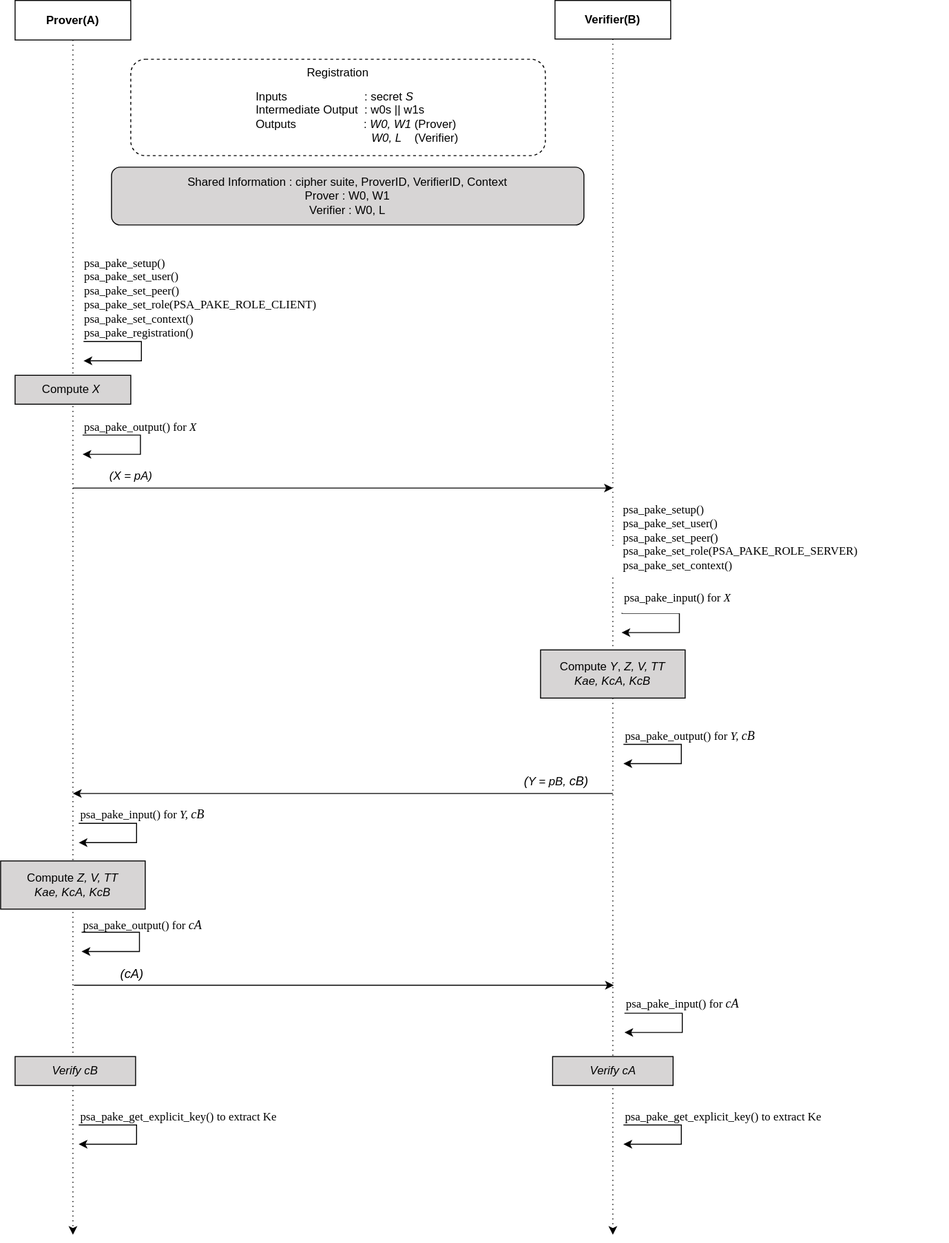
Before: doc/ext-pake/proposed/SPAKE2PLUS.svg, a diagram exported from draw.io (ARM-software/psa-api). Source tidied: cells renumbered, new cells last; positions are measured from the earlier drawing's top-left corner, leaving out a move shared by most shapes.
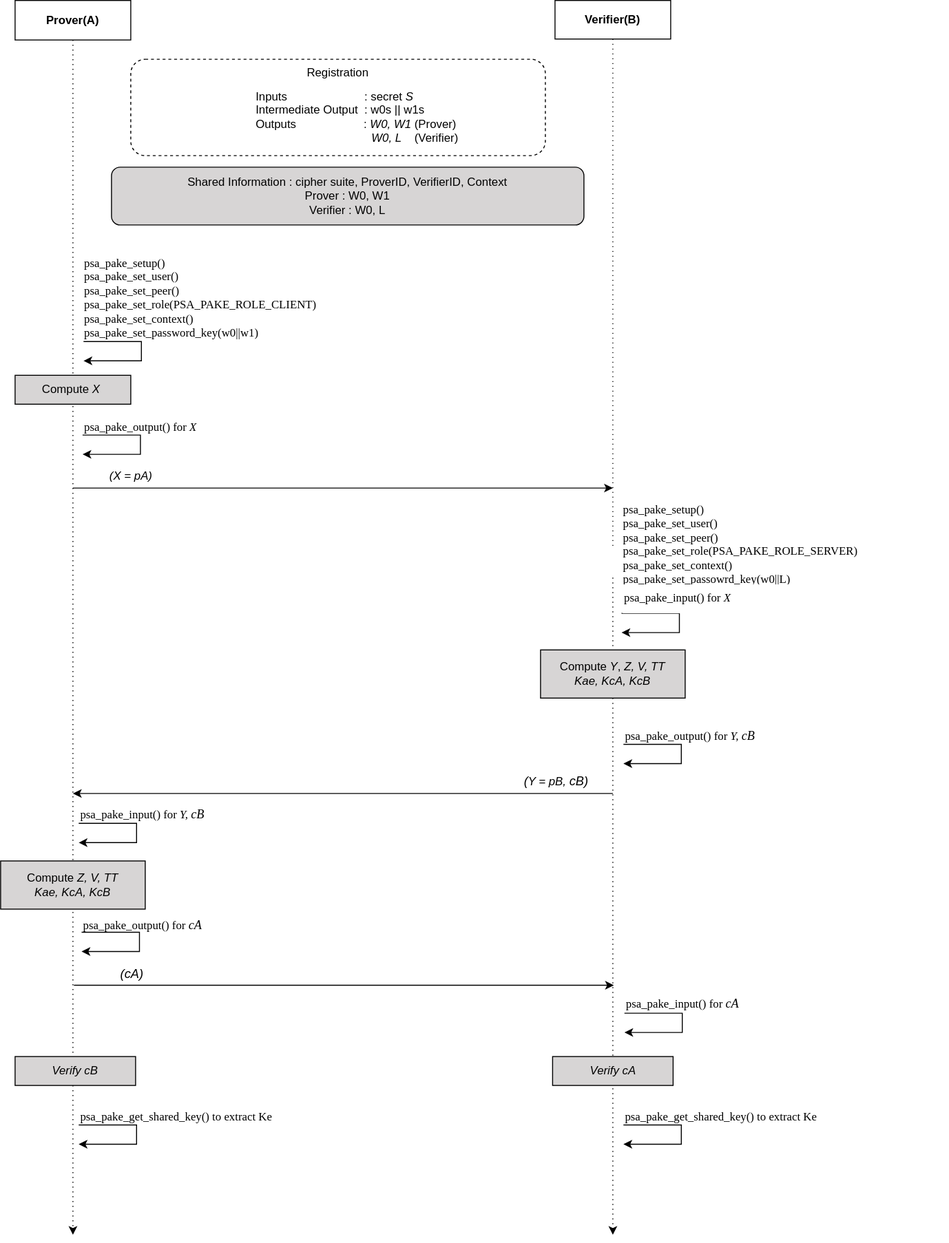
After the change.

Commit message:
Remove pake_registration and change get_explicit_key to get_shared_key

What changed in the source:
```diff
@@ -26,7 +26,7 @@
     <mxCell id="7" value="&lt;br&gt;&lt;div style=&quot;text-align: left;&quot;&gt;Inputs&amp;nbsp; &amp;nbsp; &amp;nbsp; &amp;nbsp; &amp;nbsp; &amp;nbsp; &amp;nbsp; &amp;nbsp; &amp;nbsp; &amp;nbsp; &amp;nbsp; &amp;nbsp; : secret &lt;i&gt;S&lt;/i&gt;&lt;/div&gt;&lt;div style=&quot;text-align: left;&quot;&gt;Intermediate&amp;nbsp;&lt;span style=&quot;background-color: initial;&quot;&gt;Output&amp;nbsp; : w0s || w1s&lt;/span&gt;&lt;/div&gt;&lt;span style=&quot;color: rgb(0, 0, 0); font-family: Helvetica; font-size: 12px; font-variant-ligatures: normal; font-variant-caps: normal; font-weight: 400; letter-spacing: normal; orphans: 2; text-indent: 0px; text-transform: none; widows: 2; word-spacing: 0px; -webkit-text-stroke-width: 0px; background-color: rgb(255, 255, 255); text-decoration-thickness: initial; text-decoration-style: initial; text-decoration-color: initial; float: none; display: inline !important;&quot;&gt;&lt;div style=&quot;text-align: left;&quot;&gt;Outputs&amp;nbsp; &amp;nbsp; &amp;nbsp; &amp;nbsp; &amp;nbsp; &amp;nbsp; &amp;nbsp; &amp;nbsp; &amp;nbsp; &amp;nbsp; &amp;nbsp;:&amp;nbsp;&lt;i&gt;W0, W1&lt;/i&gt; (Prover)&lt;/div&gt;&lt;/span&gt;&lt;span style=&quot;color: rgb(0, 0, 0); font-family: Helvetica; font-size: 12px; font-variant-ligatures: normal; font-variant-caps: normal; font-weight: 400; letter-spacing: normal; orphans: 2; text-indent: 0px; text-transform: none; widows: 2; word-spacing: 0px; -webkit-text-stroke-width: 0px; background-color: rgb(255, 255, 255); text-decoration-thickness: initial; text-decoration-style: initial; text-decoration-color: initial; float: none; display: inline !important;&quot;&gt;&lt;div style=&quot;text-align: left;&quot;&gt;&amp;nbsp; &amp;nbsp; &amp;nbsp; &amp;nbsp; &amp;nbsp; &amp;nbsp; &amp;nbsp; &amp;nbsp; &amp;nbsp; &amp;nbsp; &amp;nbsp; &amp;nbsp; &amp;nbsp; &amp;nbsp; &amp;nbsp; &amp;nbsp; &amp;nbsp; &amp;nbsp;&amp;nbsp;&lt;i&gt;W0, L&amp;nbsp;&lt;/i&gt; &amp;nbsp; (Verifier)&lt;/div&gt;&lt;/span&gt;&lt;div style=&quot;text-align: left;&quot;&gt;&lt;br&gt;&lt;/div&gt;" style="rounded=1;html=1;glass=0;opacity=0;spacing=2;whiteSpace=wrap;" parent="1" vertex="1">
       <mxGeometry x="145" y="91" width="450" height="60" as="geometry" />
     </mxCell>
-    <mxCell id="8" value="psa_pake_setup()&lt;br&gt;psa_pake_set_user()&lt;br&gt;psa_pake_set_peer()&lt;br&gt;psa_pake_set_role(PSA_PAKE_ROLE_CLIENT)&lt;br&gt;psa_pake_set_context()&lt;br&gt;psa_pake_registration()" style="rounded=0;whiteSpace=wrap;html=1;align=left;verticalAlign=top;fontFamily=Lucida Console;strokeColor=none;" parent="1" vertex="1">
+    <mxCell id="8" value="psa_pake_setup()&lt;br&gt;psa_pake_set_user()&lt;br&gt;psa_pake_set_peer()&lt;br&gt;psa_pake_set_role(PSA_PAKE_ROLE_CLIENT)&lt;br&gt;psa_pake_set_context()&lt;br&gt;psa_pake_set_password_key(w0||w1)" style="rounded=0;whiteSpace=wrap;html=1;align=left;verticalAlign=top;fontFamily=Lucida Console;strokeColor=none;" parent="1" vertex="1">
       <mxGeometry x="85" y="259" width="360" height="90" as="geometry" />
     </mxCell>
     <mxCell id="9" value="Compute&amp;nbsp;&lt;i&gt;X&amp;nbsp;&lt;/i&gt;" style="rounded=0;whiteSpace=wrap;html=1;align=center;verticalAlign=middle;fillColor=#d7d5d5;" parent="1" vertex="1">
@@ -41,7 +41,7 @@
         </Array>
       </mxGeometry>
     </mxCell>
-    <mxCell id="11" value="psa_pake_setup()&lt;br style=&quot;border-color: var(--border-color);&quot;&gt;psa_pake_set_user()&lt;br style=&quot;border-color: var(--border-color);&quot;&gt;psa_pake_set_peer()&lt;br style=&quot;border-color: var(--border-color);&quot;&gt;psa_pake_set_role(PSA_PAKE_ROLE_SERVER)&lt;br style=&quot;border-color: var(--border-color);&quot;&gt;psa_pake_set_context()" style="rounded=0;whiteSpace=wrap;html=1;align=left;verticalAlign=top;fontFamily=Lucida Console;strokeColor=none;" parent="1" vertex="1">
+    <mxCell id="11" value="psa_pake_setup()&lt;br style=&quot;border-color: var(--border-color);&quot;&gt;psa_pake_set_user()&lt;br style=&quot;border-color: var(--border-color);&quot;&gt;psa_pake_set_peer()&lt;br style=&quot;border-color: var(--border-color);&quot;&gt;psa_pake_set_role(PSA_PAKE_ROLE_SERVER)&lt;br style=&quot;border-color: var(--border-color);&quot;&gt;psa_pake_set_context()&lt;br&gt;psa_pake_set_passowrd_key(w0||L)" style="rounded=0;whiteSpace=wrap;html=1;align=left;verticalAlign=top;fontFamily=Lucida Console;strokeColor=none;" parent="1" vertex="1">
       <mxGeometry x="644" y="515" width="339" height="97" as="geometry" />
     </mxCell>
     <mxCell id="12" value="psa_pake_output() for &lt;i&gt;X&lt;/i&gt;" style="rounded=0;whiteSpace=wrap;html=1;align=left;verticalAlign=top;fontFamily=Lucida Console;strokeColor=none;labelBorderColor=none;labelBackgroundColor=none;fontColor=default;" parent="1" vertex="1">
@@ -180,7 +180,7 @@
     <mxCell id="34" value="&lt;i&gt;Verify cA&lt;br&gt;&lt;/i&gt;" style="rounded=0;whiteSpace=wrap;html=1;align=center;verticalAlign=middle;fillColor=#d7d5d5;" parent="1" vertex="1">
       <mxGeometry x="572.5" y="1096" width="125" height="30" as="geometry" />
     </mxCell>
-    <mxCell id="35" value="psa_pake_get_explicit_key() to extract Ke" style="rounded=0;whiteSpace=wrap;html=1;align=left;verticalAlign=top;fontFamily=Lucida Console;strokeColor=none;labelBorderColor=none;labelBackgroundColor=none;fontColor=default;" parent="1" vertex="1">
+    <mxCell id="35" value="psa_pake_get_shared_key() to extract Ke" style="rounded=0;whiteSpace=wrap;html=1;align=left;verticalAlign=top;fontFamily=Lucida Console;strokeColor=none;labelBorderColor=none;labelBackgroundColor=none;fontColor=default;" parent="1" vertex="1">
       <mxGeometry x="81" y="1145" width="323" height="30" as="geometry" />
     </mxCell>
     <mxCell id="36" style="endArrow=classic;html=1;rounded=0;fontSize=11;" parent="1" edge="1">
@@ -194,7 +194,7 @@
         </Array>
       </mxGeometry>
     </mxCell>
-    <mxCell id="37" value="psa_pake_get_explicit_key() to extract Ke" style="rounded=0;whiteSpace=wrap;html=1;align=left;verticalAlign=top;fontFamily=Lucida Console;strokeColor=none;labelBorderColor=none;labelBackgroundColor=none;fontColor=default;" parent="1" vertex="1">
+    <mxCell id="37" value="psa_pake_get_shared_key() to extract Ke" style="rounded=0;whiteSpace=wrap;html=1;align=left;verticalAlign=top;fontFamily=Lucida Console;strokeColor=none;labelBorderColor=none;labelBackgroundColor=none;fontColor=default;" parent="1" vertex="1">
       <mxGeometry x="646" y="1145" width="323" height="30" as="geometry" />
     </mxCell>
     <mxCell id="38" style="endArrow=classic;html=1;rounded=0;fontSize=11;" parent="1" edge="1">
```
